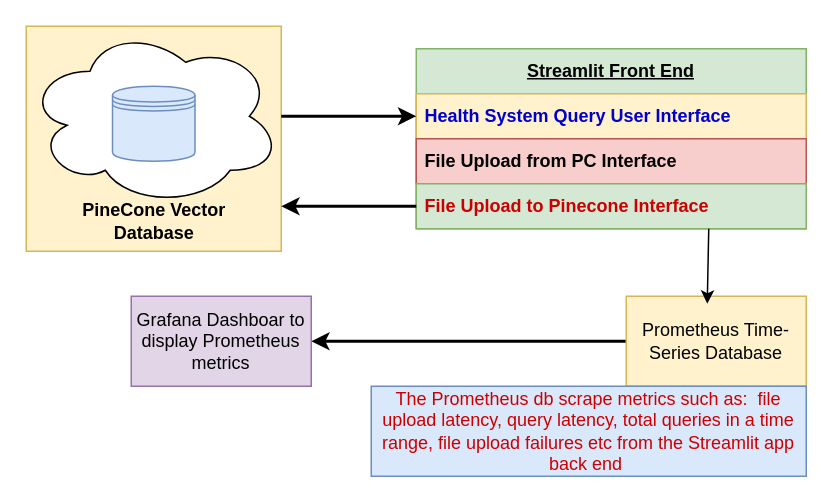
Earlier version of the draw.io diagram system_diagram.drawio (manuelbomi/An-Enterprise-LLM-System-for-HealthCare-Applications). Source tidied: cells renumbered, new cells numbered last; positions are measured from the earlier drawing's top-left corner, leaving out a move shared by most shapes. Both pictures are drawn from the tidied source at 150%, with x=0, y=0 at pixel (26, 26).
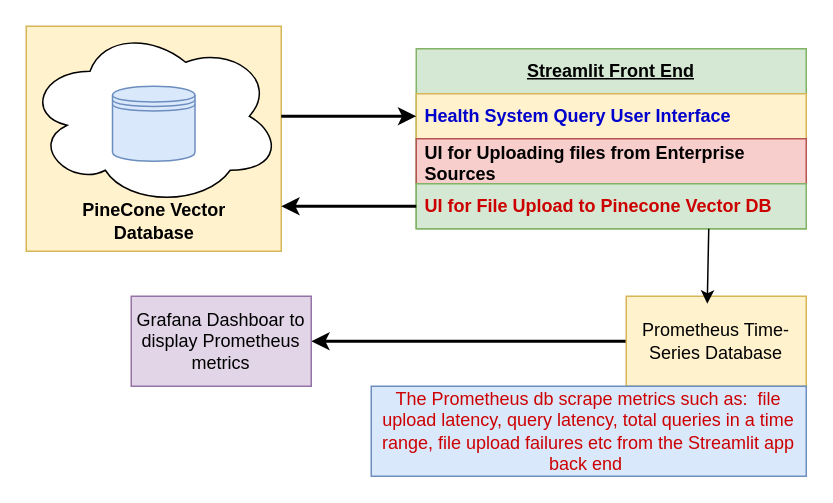
The same page after the edit.

Change to the diagram source:
```diff
@@
 <mxGraphModel>
   <root>
     <mxCell id="0" />
     <mxCell id="1" parent="0" />
     <mxCell id="2" value="&lt;b&gt;&lt;u&gt;Streamlit Front End&lt;/u&gt;&lt;/b&gt;" style="swimlane;fontStyle=0;horizontal=1;startSize=30;whiteSpace=wrap;html=1;fillColor=#d5e8d4;strokeColor=#82b366;" parent="1" vertex="1">
       <mxGeometry x="260" y="15" width="260" height="120" as="geometry" />
     </mxCell>
     <mxCell id="3" value="&lt;b&gt;&lt;font style=&quot;color: rgb(0, 0, 204);&quot;&gt;Health System Query User Interface&lt;/font&gt;&lt;/b&gt;" style="text;strokeColor=#d6b656;fillColor=#fff2cc;align=left;verticalAlign=middle;spacingLeft=4;spacingRight=4;overflow=hidden;whiteSpace=wrap;html=1;" parent="2" vertex="1">
       <mxGeometry y="30" width="260" height="30" as="geometry" />
     </mxCell>
-    <mxCell id="4" value="&lt;b&gt;File Upload from PC Interface&lt;/b&gt;" style="text;strokeColor=#b85450;fillColor=#f8cecc;align=left;verticalAlign=middle;spacingLeft=4;spacingRight=4;overflow=hidden;whiteSpace=wrap;html=1;" parent="2" vertex="1">
+    <mxCell id="4" value="&lt;b&gt;UI for Uploading files from Enterprise Sources&lt;/b&gt;" style="text;strokeColor=#b85450;fillColor=#f8cecc;align=left;verticalAlign=middle;spacingLeft=4;spacingRight=4;overflow=hidden;whiteSpace=wrap;html=1;" parent="2" vertex="1">
       <mxGeometry y="60" width="260" height="30" as="geometry" />
     </mxCell>
-    <mxCell id="5" value="&lt;b&gt;&lt;font style=&quot;color: rgb(204, 0, 0);&quot;&gt;File Upload to Pinecone Interface&lt;/font&gt;&lt;/b&gt;" style="text;strokeColor=#82b366;fillColor=#d5e8d4;align=left;verticalAlign=middle;spacingLeft=4;spacingRight=4;overflow=hidden;whiteSpace=wrap;html=1;" parent="2" vertex="1">
+    <mxCell id="5" value="&lt;b&gt;&lt;font style=&quot;color: rgb(204, 0, 0);&quot;&gt;UI for File Upload to Pinecone Vector DB&lt;/font&gt;&lt;/b&gt;" style="text;strokeColor=#82b366;fillColor=#d5e8d4;align=left;verticalAlign=middle;spacingLeft=4;spacingRight=4;overflow=hidden;whiteSpace=wrap;html=1;" parent="2" vertex="1">
       <mxGeometry y="90" width="260" height="30" as="geometry" />
     </mxCell>
     <mxCell id="6" style="group;fillColor=#fff2cc;strokeColor=#d6b656;" parent="1" vertex="1">
       <mxGeometry width="170" height="150" as="geometry" />
     </mxCell>
     <mxCell id="7" style="ellipse;shape=cloud;whiteSpace=wrap;html=1;" parent="6" vertex="1">
       <mxGeometry width="170" height="120" as="geometry" />
     </mxCell>
     <mxCell id="8" style="shape=datastore;whiteSpace=wrap;html=1;fillColor=#dae8fc;strokeColor=#6c8ebf;" parent="6" vertex="1">
       <mxGeometry x="57.5" y="40" width="55" height="50" as="geometry" />
     </mxCell>
     <mxCell id="9" value="&lt;b&gt;PineCone Vector Database&lt;/b&gt;" style="text;html=1;align=center;verticalAlign=middle;whiteSpace=wrap;rounded=0;" parent="6" vertex="1">
       <mxGeometry x="27.5" y="110" width="115" height="40" as="geometry" />
     </mxCell>
     <mxCell id="10" style="edgeStyle=none;html=1;exitX=0;exitY=0.5;exitDx=0;exitDy=0;strokeWidth=2;" parent="1" edge="1" source="11" target="12">
       <mxGeometry relative="1" as="geometry" />
     </mxCell>
     <mxCell id="11" value="Prometheus Time-Series Database" style="rounded=0;whiteSpace=wrap;html=1;fillColor=#fff2cc;strokeColor=#d6b656;" parent="1" vertex="1">
       <mxGeometry x="400" y="180" width="120" height="60" as="geometry" />
     </mxCell>
     <mxCell id="12" value="Grafana Dashboar to display Prometheus metrics" style="rounded=0;whiteSpace=wrap;html=1;fillColor=#e1d5e7;strokeColor=#9673a6;" parent="1" vertex="1">
       <mxGeometry x="70" y="180" width="120" height="60" as="geometry" />
     </mxCell>
     <mxCell id="13" value="&lt;font style=&quot;color: rgb(204, 0, 0);&quot;&gt;The Prometheus db scrape metrics such as:&amp;nbsp; file upload latency, query latency, total queries in a time range, file upload failures etc from the Streamlit app back end&amp;nbsp;&lt;/font&gt;" style="text;html=1;align=center;verticalAlign=middle;whiteSpace=wrap;rounded=0;fillColor=#dae8fc;strokeColor=#6c8ebf;" parent="1" vertex="1">
       <mxGeometry x="230" y="240" width="290" height="60" as="geometry" />
     </mxCell>
     <mxCell id="14" style="endArrow=classic;html=1;strokeWidth=2;" parent="1" edge="1">
       <mxGeometry relative="1" as="geometry">
         <mxPoint x="170" y="60" as="sourcePoint" />
         <mxPoint x="260" y="60" as="targetPoint" />
       </mxGeometry>
     </mxCell>
     <mxCell id="15" style="endArrow=classic;html=1;strokeWidth=2;" parent="1" edge="1">
       <mxGeometry relative="1" as="geometry">
         <mxPoint x="260" y="120" as="sourcePoint" />
         <mxPoint x="170" y="120" as="targetPoint" />
         <Array as="points">
           <mxPoint x="200" y="120" />
         </Array>
       </mxGeometry>
     </mxCell>
     <mxCell id="16" style="edgeStyle=none;html=1;exitX=0.75;exitY=1;exitDx=0;exitDy=0;entryX=0.45;entryY=0.083;entryDx=0;entryDy=0;entryPerimeter=0;" parent="1" edge="1" source="2" target="11">
       <mxGeometry relative="1" as="geometry" />
     </mxCell>
   </root>
 </mxGraphModel>
```
